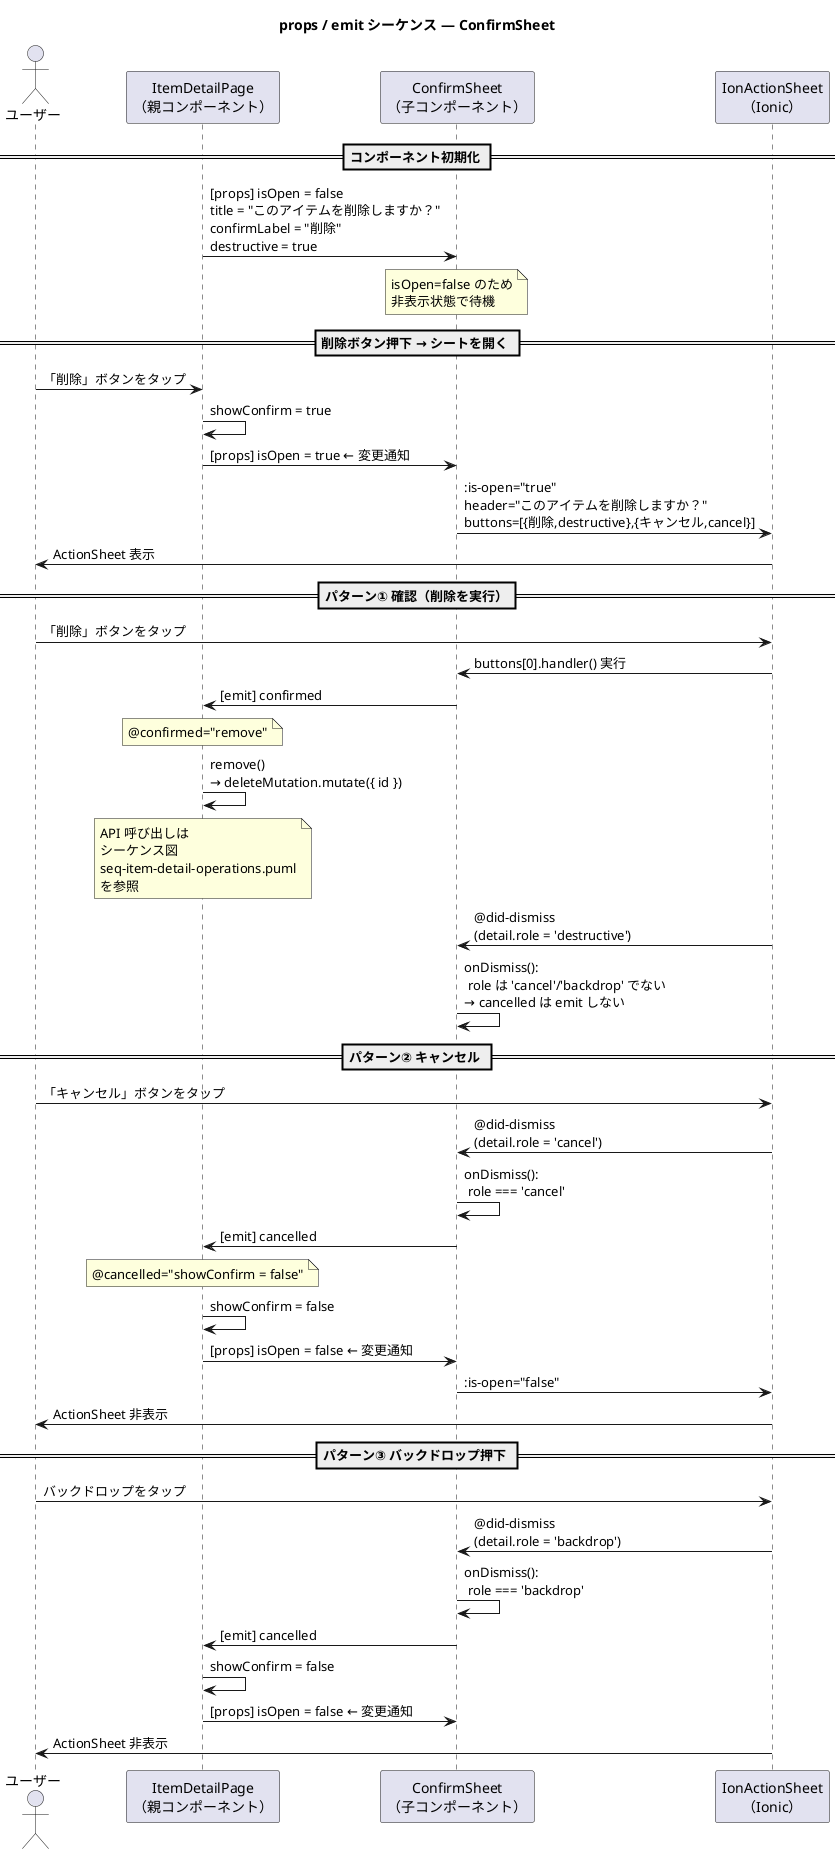
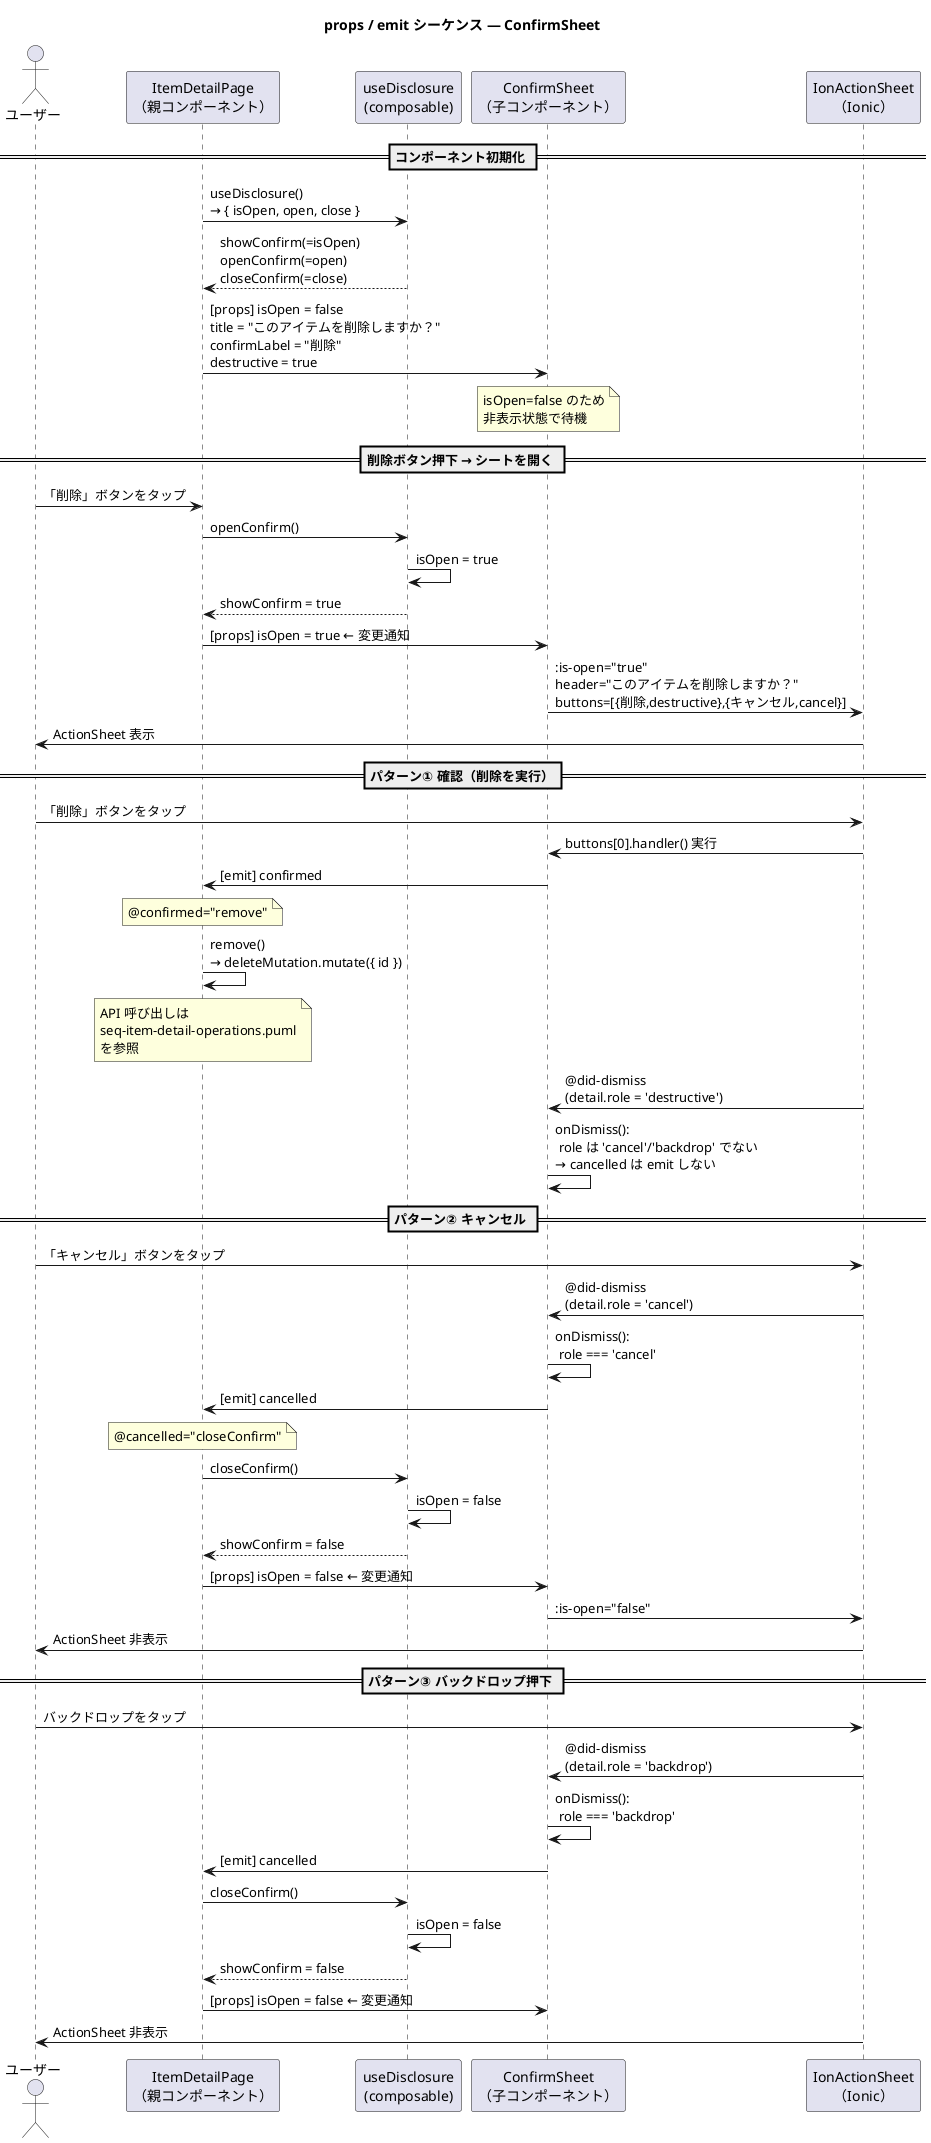
@startuml seq-props-emit-confirm-sheet
title props / emit シーケンス — ConfirmSheet

actor "ユーザー" as User
participant "ItemDetailPage\n（親コンポーネント）" as Parent
+ participant "useDisclosure\n(composable)" as Disclosure
participant "ConfirmSheet\n（子コンポーネント）" as Child
participant "IonActionSheet\n（Ionic）" as Sheet

== コンポーネント初期化 ==
+ 
+ Parent -> Disclosure : useDisclosure()\n→ { isOpen, open, close }
+ Disclosure --> Parent : showConfirm(=isOpen)\nopenConfirm(=open)\ncloseConfirm(=close)

Parent -> Child : [props] isOpen = false\ntitle = "このアイテムを削除しますか？"\nconfirmLabel = "削除"\ndestructive = true
note over Child : isOpen=false のため\n非表示状態で待機

== 削除ボタン押下 → シートを開く ==

User -> Parent : 「削除」ボタンをタップ
- Parent -> Parent : showConfirm = true
+ Parent -> Disclosure : openConfirm()
+ Disclosure -> Disclosure : isOpen = true
+ Disclosure --> Parent : showConfirm = true
Parent -> Child : [props] isOpen = true ← 変更通知
Child -> Sheet : :is-open="true"\nheader="このアイテムを削除しますか？"\nbuttons=[{削除,destructive},{キャンセル,cancel}]
Sheet -> User : ActionSheet 表示

== パターン① 確認（削除を実行）==

User -> Sheet : 「削除」ボタンをタップ
Sheet -> Child : buttons[0].handler() 実行
Child -> Parent : [emit] confirmed
note over Parent : @confirmed="remove"
Parent -> Parent : remove()\n→ deleteMutation.mutate({ id })
- note over Parent : API 呼び出しは\nシーケンス図\nseq-item-detail-operations.puml\nを参照
+ note over Parent : API 呼び出しは\nseq-item-detail-operations.puml\nを参照

Sheet -> Child : @did-dismiss\n(detail.role = 'destructive')
Child -> Child : onDismiss():\n role は 'cancel'/'backdrop' でない\n→ cancelled は emit しない

== パターン② キャンセル ==

User -> Sheet : 「キャンセル」ボタンをタップ
Sheet -> Child : @did-dismiss\n(detail.role = 'cancel')
Child -> Child : onDismiss():\n role === 'cancel'
Child -> Parent : [emit] cancelled
- note over Parent : @cancelled="showConfirm = false"
- Parent -> Parent : showConfirm = false
+ note over Parent : @cancelled="closeConfirm"
+ Parent -> Disclosure : closeConfirm()
+ Disclosure -> Disclosure : isOpen = false
+ Disclosure --> Parent : showConfirm = false
Parent -> Child : [props] isOpen = false ← 変更通知
Child -> Sheet : :is-open="false"
Sheet -> User : ActionSheet 非表示

== パターン③ バックドロップ押下 ==

User -> Sheet : バックドロップをタップ
Sheet -> Child : @did-dismiss\n(detail.role = 'backdrop')
Child -> Child : onDismiss():\n role === 'backdrop'
Child -> Parent : [emit] cancelled
- Parent -> Parent : showConfirm = false
+ Parent -> Disclosure : closeConfirm()
+ Disclosure -> Disclosure : isOpen = false
+ Disclosure --> Parent : showConfirm = false
Parent -> Child : [props] isOpen = false ← 変更通知
Sheet -> User : ActionSheet 非表示

@enduml
